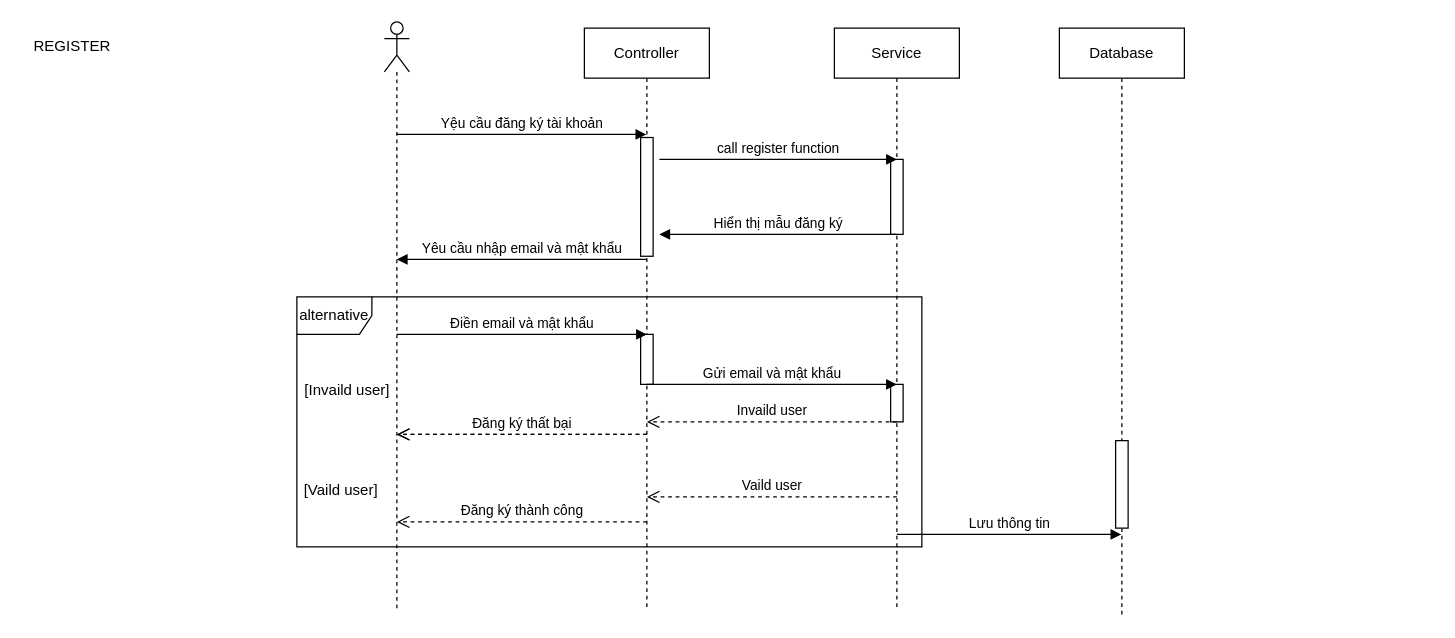
Earlier version of the draw.io diagram dangky.drawio (letham1612/test.ithub). Source tidied: cells renumbered, new cells numbered last; positions are measured from the earlier drawing's top-left corner, leaving out a move shared by most shapes. Both pictures are drawn from the tidied source at 125%, with x=0, y=0 at pixel (21, 21).
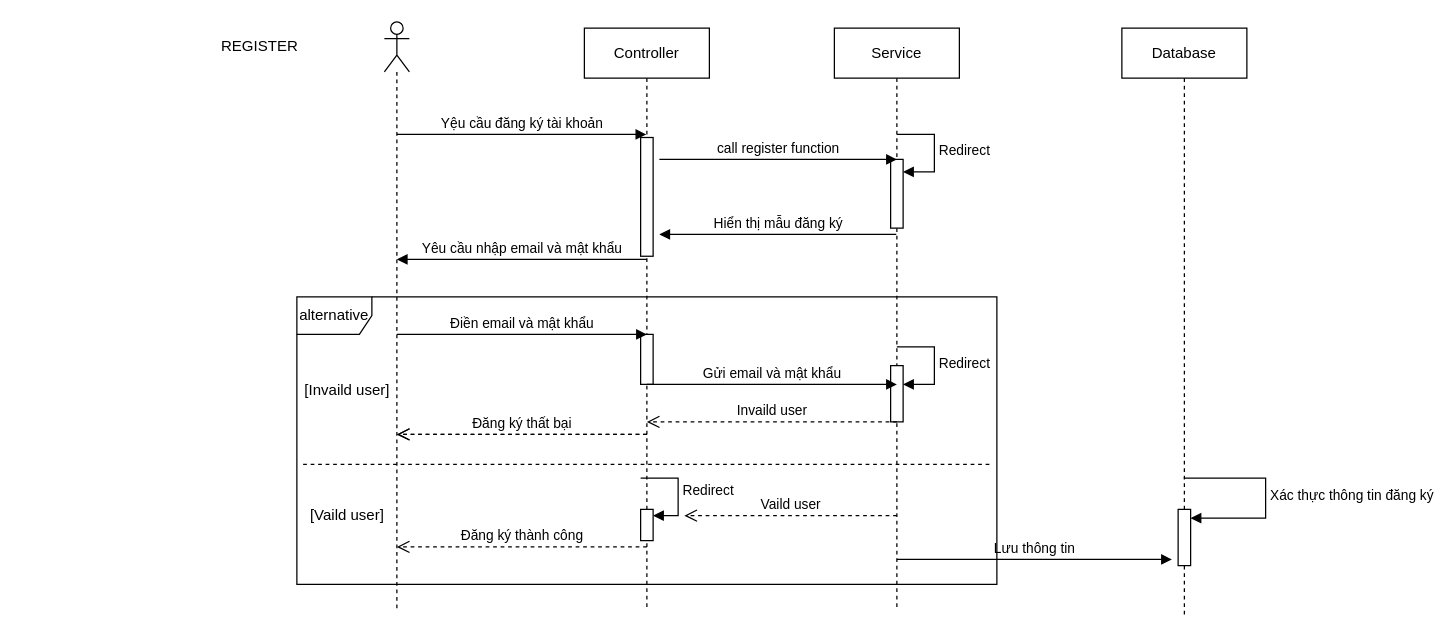
After the change.

Commit message:
Cập nhật dangky.drawio

The change refers to these unchanged cells:
```xml
<mxCell id="4" value="Controller" style="shape=umlLifeline;perimeter=lifelinePerimeter;whiteSpace=wrap;html=1;outlineConnect=0;portConstraint=eastwest;newEdgeStyle={&quot;curved&quot;:0,&quot;rounded&quot;:0};" parent="1" vertex="1">
  <mxGeometry x="450" y="5" width="100" height="465" as="geometry" />
</mxCell>
<mxCell id="7" value="Service" style="shape=umlLifeline;perimeter=lifelinePerimeter;whiteSpace=wrap;html=1;newEdgeStyle={&quot;curved&quot;:0,&quot;rounded&quot;:0};" parent="1" vertex="1">
  <mxGeometry x="650" y="5" width="100" height="465" as="geometry" />
</mxCell>
```

Change to the diagram source:
```diff
@@
     <mxCell id="2" value="REGISTER&lt;br&gt;" style="text;html=1;align=center;verticalAlign=middle;strokeColor=none;fillColor=none;" parent="1" vertex="1">
-      <mxGeometry y="5" width="80" height="30" as="geometry" />
+      <mxGeometry x="150" y="5" width="80" height="30" as="geometry" />
     </mxCell>
@@
+    <mxCell id="27" style="html=1;points=[[0,0,0,0,5],[0,1,0,0,-5],[1,0,0,0,5],[1,1,0,0,-5]];perimeter=orthogonalPerimeter;outlineConnect=0;targetShapes=umlLifeline;portConstraint=eastwest;newEdgeStyle={&quot;curved&quot;:0,&quot;rounded&quot;:0};" parent="4" vertex="1">
+      <mxGeometry x="45" y="385" width="10" height="25" as="geometry" />
+    </mxCell>
@@
-    <mxCell id="8" style="html=1;perimeter=orthogonalPerimeter;targetShapes=umlLifeline;newEdgeStyle={&quot;curved&quot;:0,&quot;rounded&quot;:0};" parent="7" vertex="1">
-      <mxGeometry x="45" y="105" width="10" height="60" as="geometry" />
-    </mxCell>
-    <mxCell id="9" style="html=1;perimeter=orthogonalPerimeter;targetShapes=umlLifeline;newEdgeStyle={&quot;curved&quot;:0,&quot;rounded&quot;:0};" parent="7" vertex="1">
-      <mxGeometry x="45" y="285" width="10" height="30" as="geometry" />
-    </mxCell>
+    <mxCell id="28" style="html=1;points=[[0,0,0,0,5],[0,1,0,0,-5],[1,0,0,0,5],[1,1,0,0,-5]];perimeter=orthogonalPerimeter;outlineConnect=0;targetShapes=umlLifeline;portConstraint=eastwest;newEdgeStyle={&quot;curved&quot;:0,&quot;rounded&quot;:0};" parent="7" vertex="1">
+      <mxGeometry x="45" y="270" width="10" height="45" as="geometry" />
+    </mxCell>
+    <mxCell id="29" value="Redirect" style="html=1;align=left;spacingLeft=2;endArrow=block;rounded=0;edgeStyle=orthogonalEdgeStyle;curved=0;rounded=0;" parent="7" edge="1" target="28">
+      <mxGeometry relative="1" as="geometry">
+        <mxPoint x="50" y="255" as="sourcePoint" />
+        <Array as="points">
+          <mxPoint x="80" y="285" />
+        </Array>
+      </mxGeometry>
+    </mxCell>
+    <mxCell id="30" style="html=1;points=[[0,0,0,0,5],[0,1,0,0,-5],[1,0,0,0,5],[1,1,0,0,-5]];perimeter=orthogonalPerimeter;outlineConnect=0;targetShapes=umlLifeline;portConstraint=eastwest;newEdgeStyle={&quot;curved&quot;:0,&quot;rounded&quot;:0};" parent="7" vertex="1">
+      <mxGeometry x="45" y="105" width="10" height="55" as="geometry" />
+    </mxCell>
+    <mxCell id="31" value="Redirect" style="html=1;align=left;spacingLeft=2;endArrow=block;rounded=0;edgeStyle=orthogonalEdgeStyle;curved=0;rounded=0;" parent="7" edge="1" target="30">
+      <mxGeometry relative="1" as="geometry">
+        <mxPoint x="50" y="85" as="sourcePoint" />
+        <Array as="points">
+          <mxPoint x="80" y="115" />
+        </Array>
+      </mxGeometry>
+    </mxCell>
     <mxCell id="10" value="Database" style="shape=umlLifeline;perimeter=lifelinePerimeter;whiteSpace=wrap;html=1;outlineConnect=0;portConstraint=eastwest;newEdgeStyle={&quot;curved&quot;:0,&quot;rounded&quot;:0};" parent="1" vertex="1">
-      <mxGeometry x="830" y="5" width="100" height="470" as="geometry" />
+      <mxGeometry x="880" y="5" width="100" height="470" as="geometry" />
     </mxCell>
-    <mxCell id="11" style="html=1;perimeter=orthogonalPerimeter;targetShapes=umlLifeline;newEdgeStyle={&quot;curved&quot;:0,&quot;rounded&quot;:0};" parent="10" vertex="1">
-      <mxGeometry x="45" y="330" width="10" height="70" as="geometry" />
-    </mxCell>
+    <mxCell id="32" style="html=1;points=[[0,0,0,0,5],[0,1,0,0,-5],[1,0,0,0,5],[1,1,0,0,-5]];perimeter=orthogonalPerimeter;outlineConnect=0;targetShapes=umlLifeline;portConstraint=eastwest;newEdgeStyle={&quot;curved&quot;:0,&quot;rounded&quot;:0};" parent="10" vertex="1">
+      <mxGeometry x="45" y="385" width="10" height="45" as="geometry" />
+    </mxCell>
+    <mxCell id="33" value="Xác thực thông tin đăng ký" style="html=1;align=left;spacingLeft=2;endArrow=block;rounded=0;edgeStyle=orthogonalEdgeStyle;curved=0;rounded=0;" parent="10" edge="1" source="10" target="32">
+      <mxGeometry relative="1" as="geometry">
+        <Array as="points">
+          <mxPoint x="115" y="360" />
+          <mxPoint x="115" y="392" />
+        </Array>
+      </mxGeometry>
+    </mxCell>
@@
     <mxCell id="18" value="Lưu thông tin" style="html=1;verticalAlign=bottom;endArrow=block;curved=0;rounded=0;" parent="1" edge="1">
       <mxGeometry relative="1" as="geometry">
-        <mxPoint x="700" y="410" as="sourcePoint" />
-        <mxPoint x="879.5" y="410" as="targetPoint" />
+        <mxPoint x="700" y="430" as="sourcePoint" />
+        <mxPoint x="920" y="430" as="targetPoint" />
       </mxGeometry>
     </mxCell>
     <mxCell id="19" value="alternative" style="shape=umlFrame;whiteSpace=wrap;html=1;" parent="1" vertex="1">
-      <mxGeometry x="220" y="220" width="500" height="200" as="geometry" />
+      <mxGeometry x="220" y="220" width="560" height="230" as="geometry" />
     </mxCell>
@@
     <mxCell id="23" value="[Vaild user]" style="text;html=1;align=center;verticalAlign=middle;strokeColor=none;fillColor=none;" parent="1" vertex="1">
-      <mxGeometry x="215" y="360" width="80" height="30" as="geometry" />
+      <mxGeometry x="220" y="380" width="80" height="30" as="geometry" />
     </mxCell>
     <mxCell id="24" value="Vaild user" style="html=1;verticalAlign=bottom;endArrow=open;dashed=1;endSize=8;curved=0;rounded=0;" parent="1" edge="1">
       <mxGeometry relative="1" as="geometry">
-        <mxPoint x="700" y="380" as="sourcePoint" />
-        <mxPoint x="500" y="380" as="targetPoint" />
+        <mxPoint x="700" y="394.9" as="sourcePoint" />
+        <mxPoint x="530" y="395" as="targetPoint" />
       </mxGeometry>
     </mxCell>
@@
     <mxCell id="26" value="Đăng ký thành công" style="html=1;verticalAlign=bottom;endArrow=open;dashed=1;endSize=8;curved=0;rounded=0;" parent="1" edge="1">
       <mxGeometry relative="1" as="geometry">
-        <mxPoint x="500" y="400" as="sourcePoint" />
-        <mxPoint x="300" y="400" as="targetPoint" />
+        <mxPoint x="500" y="420" as="sourcePoint" />
+        <mxPoint x="300" y="420" as="targetPoint" />
       </mxGeometry>
     </mxCell>
+    <mxCell id="34" style="line;strokeWidth=1;fillColor=none;align=left;verticalAlign=middle;spacingTop=-1;spacingLeft=3;spacingRight=3;labelPosition=right;strokeColor=inherit;dashed=1;" parent="1" vertex="1">
+      <mxGeometry x="225" y="350" width="550" height="8" as="geometry" />
+    </mxCell>
+    <mxCell id="35" value="Redirect" style="html=1;align=left;spacingLeft=2;endArrow=block;rounded=0;edgeStyle=orthogonalEdgeStyle;curved=0;rounded=0;" parent="1" edge="1" target="27">
+      <mxGeometry relative="1" as="geometry">
+        <mxPoint x="495" y="365" as="sourcePoint" />
+        <Array as="points">
+          <mxPoint x="525" y="395" />
+        </Array>
+      </mxGeometry>
+    </mxCell>
```
